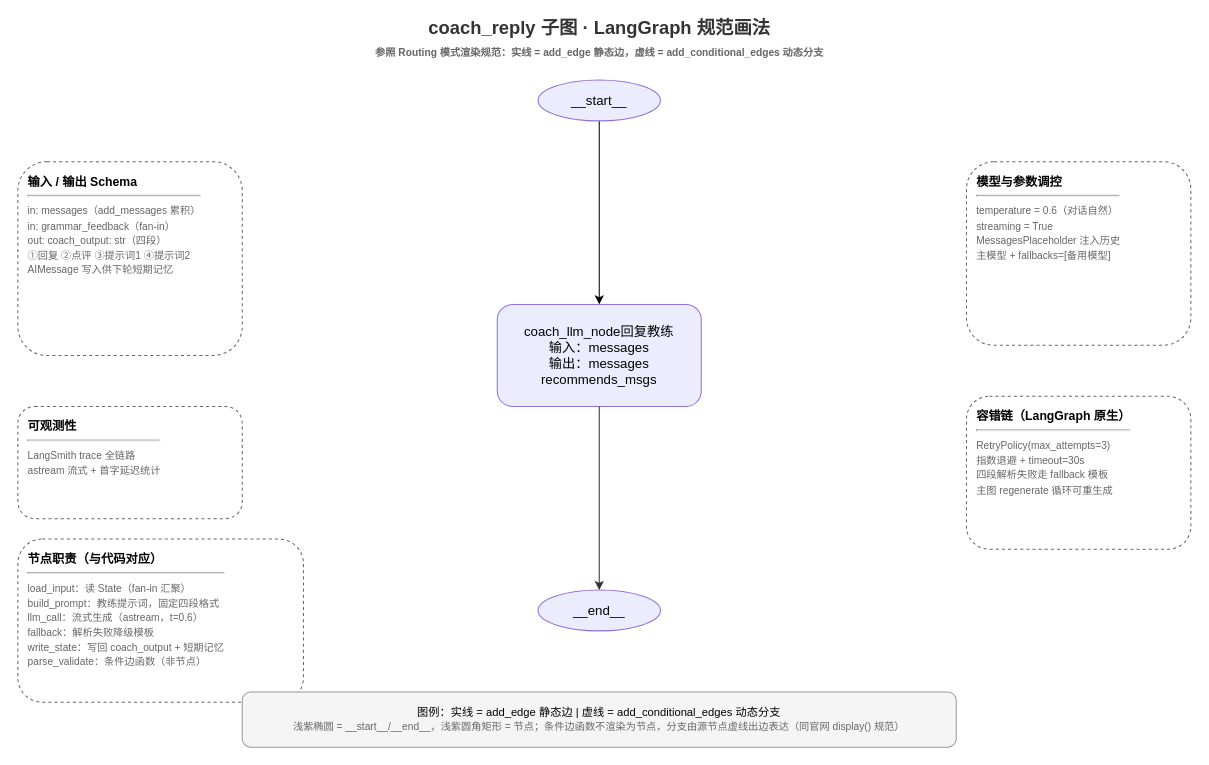
Earlier version of the draw.io diagram backend/src/talk_agent/document/coach_reply_subgraph.drawio (Ekko306/dialog-ai). Source tidied: cells renumbered, new cells numbered last; positions are measured from the earlier drawing's top-left corner, leaving out a move shared by most shapes. Both pictures are drawn from the tidied source at 102%, with x=0, y=0 at pixel (17, 18).
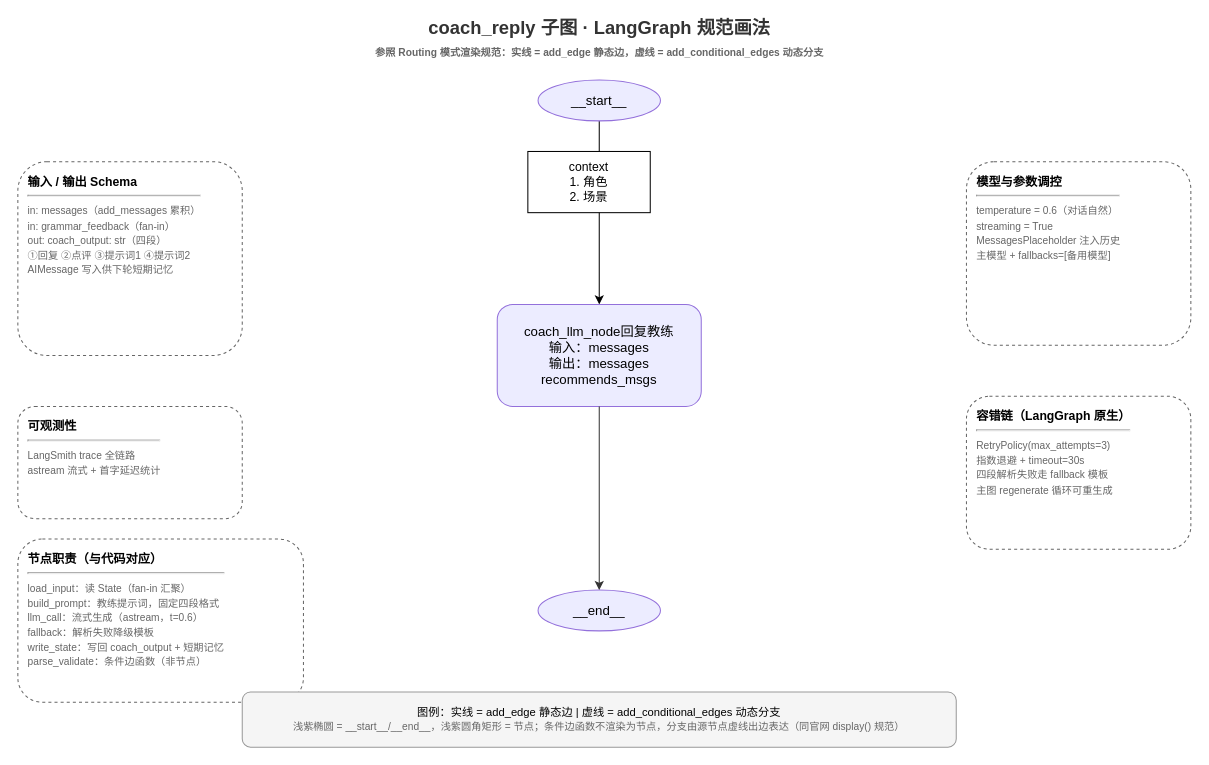
The same page after the edit.

Change to the diagram source:
```diff
@@
 <mxGraphModel background="#ffffff">
   <root>
     <mxCell id="0" />
     <mxCell id="1" parent="0" />
     <mxCell id="2" value="coach_reply 子图 · LangGraph 规范画法&lt;br&gt;&lt;font style=&quot;font-size:10px&quot; color=&quot;#666666&quot;&gt;参照 Routing 模式渲染规范：实线 = add_edge 静态边，虚线 = add_conditional_edges 动态分支&lt;/font&gt;" style="text;html=1;align=center;verticalAlign=middle;fontSize=18;fontStyle=1;fontColor=#333333;" parent="1" vertex="1">
       <mxGeometry x="290" width="560" height="40" as="geometry" />
     </mxCell>
     <mxCell id="3" style="edgeStyle=none;html=1;entryX=0.5;entryY=0;entryDx=0;entryDy=0;" parent="1" edge="1" source="4" target="5">
       <mxGeometry relative="1" as="geometry" />
     </mxCell>
     <mxCell id="4" value="__start__" style="ellipse;whiteSpace=wrap;html=1;fillColor=#ECECFF;strokeColor=#9370DB;fontSize=13;" parent="1" vertex="1">
       <mxGeometry x="510" y="60" width="120" height="40" as="geometry" />
     </mxCell>
     <mxCell id="5" value="coach_llm_node回复教练&lt;br&gt;输入：messages&lt;br&gt;输出：messages&lt;br&gt;recommends_msgs" style="rounded=1;whiteSpace=wrap;html=1;fillColor=#ECECFF;strokeColor=#9370DB;fontSize=13;" parent="1" vertex="1">
       <mxGeometry x="470" y="280" width="200" height="100" as="geometry" />
     </mxCell>
     <mxCell id="6" value="__end__" style="ellipse;whiteSpace=wrap;html=1;fillColor=#ECECFF;strokeColor=#9370DB;fontSize=13;" parent="1" vertex="1">
       <mxGeometry x="510" y="560" width="120" height="40" as="geometry" />
     </mxCell>
     <mxCell id="7" style="edgeStyle=orthogonalEdgeStyle;rounded=1;html=1;strokeColor=#333333;fontSize=11;" parent="1" edge="1" source="5" target="6">
       <mxGeometry relative="1" as="geometry" />
     </mxCell>
     <mxCell id="8" value="&lt;b&gt;输入 / 输出 Schema&lt;/b&gt;&lt;hr&gt;&lt;font style=&quot;font-size:10px&quot; color=&quot;#666666&quot;&gt;in: messages（add_messages 累积）&lt;br&gt;in: grammar_feedback（fan-in）&lt;br&gt;out: coach_output: str（四段）&lt;br&gt;①回复 ②点评 ③提示词1 ④提示词2&lt;br&gt;AIMessage 写入供下轮短期记忆&lt;/font&gt;" style="rounded=1;whiteSpace=wrap;html=1;dashed=1;fillColor=none;strokeColor=#666666;align=left;verticalAlign=top;fontSize=12;spacingLeft=8;spacingTop=6;" parent="1" vertex="1">
       <mxGeometry y="140" width="220" height="190" as="geometry" />
     </mxCell>
     <mxCell id="9" value="&lt;b&gt;可观测性&lt;/b&gt;&lt;hr&gt;&lt;font style=&quot;font-size:10px&quot; color=&quot;#666666&quot;&gt;LangSmith trace 全链路&lt;br&gt;astream 流式 + 首字延迟统计&lt;/font&gt;" style="rounded=1;whiteSpace=wrap;html=1;dashed=1;fillColor=none;strokeColor=#666666;align=left;verticalAlign=top;fontSize=12;spacingLeft=8;spacingTop=6;" parent="1" vertex="1">
       <mxGeometry y="380" width="220" height="110" as="geometry" />
     </mxCell>
     <mxCell id="10" value="&lt;b&gt;节点职责（与代码对应）&lt;/b&gt;&lt;hr&gt;&lt;font style=&quot;font-size:10px&quot; color=&quot;#666666&quot;&gt;load_input：读 State（fan-in 汇聚）&lt;br&gt;build_prompt：教练提示词，固定四段格式&lt;br&gt;llm_call：流式生成（astream，t=0.6）&lt;br&gt;fallback：解析失败降级模板&lt;br&gt;write_state：写回 coach_output + 短期记忆&lt;br&gt;parse_validate：条件边函数（非节点）&lt;/font&gt;" style="rounded=1;whiteSpace=wrap;html=1;dashed=1;fillColor=none;strokeColor=#666666;align=left;verticalAlign=top;fontSize=12;spacingLeft=8;spacingTop=6;" parent="1" vertex="1">
       <mxGeometry y="510" width="280" height="160" as="geometry" />
     </mxCell>
     <mxCell id="11" value="&lt;b&gt;模型与参数调控&lt;/b&gt;&lt;hr&gt;&lt;font style=&quot;font-size:10px&quot; color=&quot;#666666&quot;&gt;temperature = 0.6（对话自然）&lt;br&gt;streaming = True&lt;br&gt;MessagesPlaceholder 注入历史&lt;br&gt;主模型 + fallbacks=[备用模型]&lt;/font&gt;" style="rounded=1;whiteSpace=wrap;html=1;dashed=1;fillColor=none;strokeColor=#666666;align=left;verticalAlign=top;fontSize=12;spacingLeft=8;spacingTop=6;" parent="1" vertex="1">
       <mxGeometry x="930" y="140" width="220" height="180" as="geometry" />
     </mxCell>
     <mxCell id="12" value="&lt;b&gt;容错链（LangGraph 原生）&lt;/b&gt;&lt;hr&gt;&lt;font style=&quot;font-size:10px&quot; color=&quot;#666666&quot;&gt;RetryPolicy(max_attempts=3)&lt;br&gt;指数退避 + timeout=30s&lt;br&gt;四段解析失败走 fallback 模板&lt;br&gt;主图 regenerate 循环可重生成&lt;/font&gt;" style="rounded=1;whiteSpace=wrap;html=1;dashed=1;fillColor=none;strokeColor=#666666;align=left;verticalAlign=top;fontSize=12;spacingLeft=8;spacingTop=6;" parent="1" vertex="1">
       <mxGeometry x="930" y="370" width="220" height="150" as="geometry" />
     </mxCell>
     <mxCell id="13" value="图例：实线 = add_edge 静态边  |  虚线 = add_conditional_edges 动态分支&lt;br&gt;&lt;font style=&quot;font-size:10px&quot; color=&quot;#666666&quot;&gt;浅紫椭圆 = __start__/__end__，浅紫圆角矩形 = 节点；条件边函数不渲染为节点，分支由源节点虚线出边表达（同官网 display() 规范）&lt;/font&gt;" style="rounded=1;whiteSpace=wrap;html=1;fillColor=#f5f5f5;strokeColor=#999999;fontSize=11;align=center;" parent="1" vertex="1">
       <mxGeometry x="220" y="660" width="700" height="54" as="geometry" />
     </mxCell>
+    <mxCell id="14" value="context&lt;br&gt;1. 角色&lt;br&gt;2. 场景" style="rounded=0;whiteSpace=wrap;html=1;" parent="1" vertex="1">
+      <mxGeometry x="500" y="130" width="120" height="60" as="geometry" />
+    </mxCell>
   </root>
 </mxGraphModel>
```
